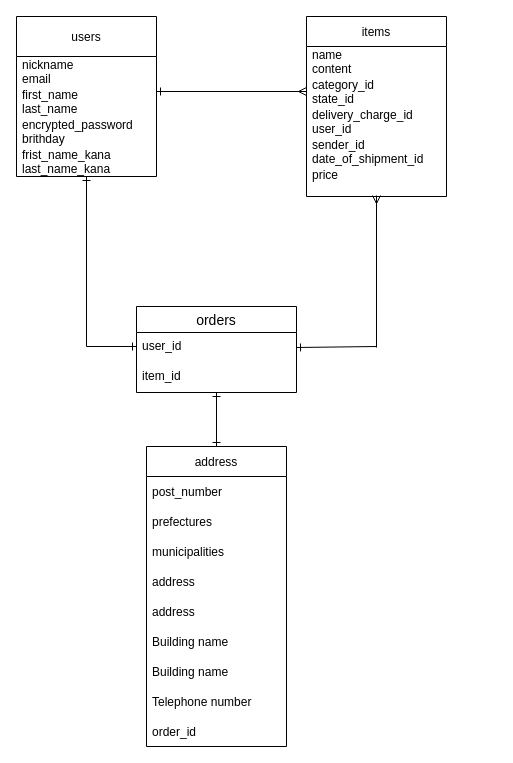
Earlier version of the draw.io diagram page "ページ1" (1 of 2) of furima.dio (daizdag/furima-38490). Source tidied: cells renumbered, new cells numbered last; positions are measured from the earlier drawing's top-left corner, leaving out a move shared by most shapes. Both pictures are drawn from the tidied source at 100%, with x=0, y=0 at pixel (16, 16).
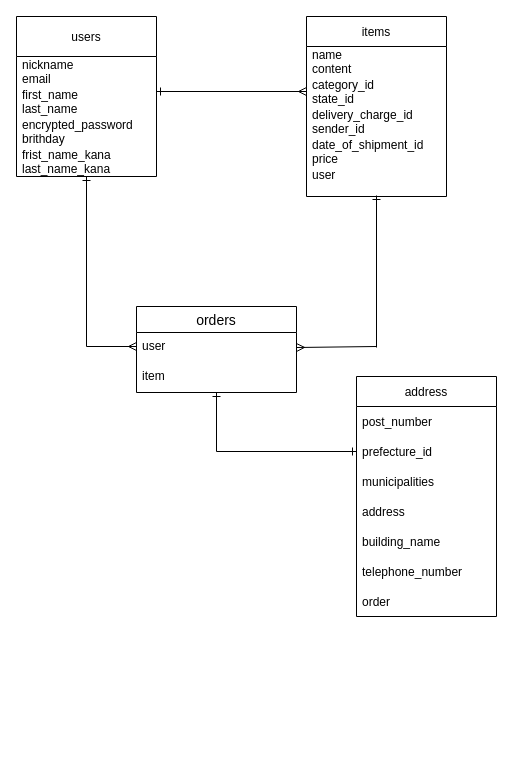
The same diagram, later.

Commit message (it also covers changes not shown here):
レビューの修正(2)

The change refers to these unchanged cells:
```xml
<mxCell id="9" value="items" style="swimlane;fontStyle=0;horizontal=1;startSize=30;" parent="1" vertex="1">
  <mxGeometry x="290" width="140" height="180" as="geometry" />
</mxCell>
<mxCell id="15" value="orders" style="swimlane;fontStyle=0;horizontal=1;startSize=26;align=center;fontSize=14;" parent="1" vertex="1">
  <mxGeometry x="120" y="290" width="160" height="86" as="geometry" />
</mxCell>
```

The edit, as a diff of the source:
```diff
@@
-    <mxCell id="12" value="delivery_charge_id&#10;user_id" style="text;strokeColor=none;fillColor=none;align=left;verticalAlign=middle;spacingLeft=4;spacingRight=4;overflow=hidden;" parent="9" vertex="1">
+    <mxCell id="12" value="delivery_charge_id&#10;sender_id" style="text;strokeColor=none;fillColor=none;align=left;verticalAlign=middle;spacingLeft=4;spacingRight=4;overflow=hidden;" parent="9" vertex="1">
       <mxGeometry y="90" width="140" height="30" as="geometry" />
     </mxCell>
-    <mxCell id="13" value="sender_id&#10;date_of_shipment_id" style="text;strokeColor=none;fillColor=none;align=left;verticalAlign=middle;spacingLeft=4;spacingRight=4;overflow=hidden;" parent="9" vertex="1">
+    <mxCell id="13" value="date_of_shipment_id&#10;price" style="text;strokeColor=none;fillColor=none;align=left;verticalAlign=middle;spacingLeft=4;spacingRight=4;overflow=hidden;" parent="9" vertex="1">
       <mxGeometry y="120" width="140" height="30" as="geometry" />
     </mxCell>
-    <mxCell id="14" value="price&#10;" style="text;strokeColor=none;fillColor=none;align=left;verticalAlign=middle;spacingLeft=4;spacingRight=4;overflow=hidden;points=[[0,0.5],[1,0.5]];portConstraint=eastwest;" parent="9" vertex="1">
+    <mxCell id="14" value="user&#10;" style="text;strokeColor=none;fillColor=none;align=left;verticalAlign=middle;spacingLeft=4;spacingRight=4;overflow=hidden;points=[[0,0.5],[1,0.5]];portConstraint=eastwest;" parent="9" vertex="1">
       <mxGeometry y="150" width="140" height="30" as="geometry" />
     </mxCell>
@@
-    <mxCell id="16" value="user_id" style="text;strokeColor=none;fillColor=none;spacingLeft=4;spacingRight=4;overflow=hidden;fontSize=12;" parent="15" vertex="1">
+    <mxCell id="16" value="user    " style="text;strokeColor=none;fillColor=none;spacingLeft=4;spacingRight=4;overflow=hidden;fontSize=12;" parent="15" vertex="1">
       <mxGeometry y="26" width="160" height="30" as="geometry" />
     </mxCell>
-    <mxCell id="17" value="item_id" style="text;strokeColor=none;fillColor=none;spacingLeft=4;spacingRight=4;overflow=hidden;points=[[0,0.5],[1,0.5]];portConstraint=eastwest;fontSize=12;" parent="15" vertex="1">
+    <mxCell id="17" value="item" style="text;strokeColor=none;fillColor=none;spacingLeft=4;spacingRight=4;overflow=hidden;points=[[0,0.5],[1,0.5]];portConstraint=eastwest;fontSize=12;" parent="15" vertex="1">
       <mxGeometry y="56" width="160" height="30" as="geometry" />
     </mxCell>
-    <mxCell id="18" style="edgeStyle=none;html=1;endArrow=ERmany;endFill=0;entryX=0.5;entryY=0.967;entryDx=0;entryDy=0;entryPerimeter=0;" parent="1" edge="1" target="14">
+    <mxCell id="18" style="edgeStyle=none;html=1;endArrow=ERone;endFill=0;entryX=0.5;entryY=0.967;entryDx=0;entryDy=0;entryPerimeter=0;" parent="1" edge="1" target="14">
       <mxGeometry relative="1" as="geometry">
         <mxPoint x="360" y="331" as="sourcePoint" />
       </mxGeometry>
     </mxCell>
-    <mxCell id="19" style="endArrow=none;html=1;exitX=1;exitY=0.5;exitDx=0;exitDy=0;startArrow=ERone;startFill=0;" parent="1" edge="1">
+    <mxCell id="19" style="endArrow=none;html=1;exitX=1;exitY=0.5;exitDx=0;exitDy=0;startArrow=ERmany;startFill=0;" parent="1" edge="1">
       <mxGeometry relative="1" as="geometry">
         <mxPoint x="280" y="331" as="sourcePoint" />
         <mxPoint x="360" y="330" as="targetPoint" />
       </mxGeometry>
     </mxCell>
@@
-    <mxCell id="21" style="endArrow=none;html=1;endFill=0;startArrow=ERone;startFill=0;" parent="1" edge="1">
+    <mxCell id="21" style="endArrow=none;html=1;endFill=0;startArrow=ERmany;startFill=0;" parent="1" edge="1">
       <mxGeometry relative="1" as="geometry">
         <mxPoint x="120" y="330" as="sourcePoint" />
         <mxPoint x="70" y="330" as="targetPoint" />
       </mxGeometry>
     </mxCell>
     <mxCell id="22" value="address" style="swimlane;fontStyle=0;horizontal=1;startSize=30;" parent="1" vertex="1">
-      <mxGeometry x="130" y="430" width="140" height="300" as="geometry" />
+      <mxGeometry x="340" y="360" width="140" height="240" as="geometry" />
     </mxCell>
@@
-    <mxCell id="24" value="prefectures" style="text;strokeColor=none;fillColor=none;align=left;verticalAlign=middle;spacingLeft=4;spacingRight=4;overflow=hidden;points=[[0,0.5],[1,0.5]];portConstraint=eastwest;" parent="22" vertex="1">
+    <mxCell id="24" value="prefecture_id" style="text;strokeColor=none;fillColor=none;align=left;verticalAlign=middle;spacingLeft=4;spacingRight=4;overflow=hidden;points=[[0,0.5],[1,0.5]];portConstraint=eastwest;" parent="22" vertex="1">
       <mxGeometry y="60" width="140" height="30" as="geometry" />
     </mxCell>
@@
-    <mxCell id="27" value="address" style="text;strokeColor=none;fillColor=none;align=left;verticalAlign=middle;spacingLeft=4;spacingRight=4;overflow=hidden;" parent="22" vertex="1">
-      <mxGeometry y="150" width="140" height="30" as="geometry" />
-    </mxCell>
-    <mxCell id="28" value="Building name" style="text;strokeColor=none;fillColor=none;align=left;verticalAlign=middle;spacingLeft=4;spacingRight=4;overflow=hidden;" parent="22" vertex="1">
-      <mxGeometry y="180" width="140" height="30" as="geometry" />
+    <mxCell id="28" value="building_name" style="text;strokeColor=none;fillColor=none;align=left;verticalAlign=middle;spacingLeft=4;spacingRight=4;overflow=hidden;" parent="22" vertex="1">
+      <mxGeometry y="150" width="140" height="30" as="geometry" />
     </mxCell>
-    <mxCell id="29" value="Building name" style="text;strokeColor=none;fillColor=none;align=left;verticalAlign=middle;spacingLeft=4;spacingRight=4;overflow=hidden;" parent="22" vertex="1">
-      <mxGeometry y="210" width="140" height="30" as="geometry" />
-    </mxCell>
-    <mxCell id="30" value="Telephone number" style="text;strokeColor=none;fillColor=none;align=left;verticalAlign=middle;spacingLeft=4;spacingRight=4;overflow=hidden;" parent="22" vertex="1">
-      <mxGeometry y="240" width="140" height="30" as="geometry" />
+    <mxCell id="30" value="telephone_number" style="text;strokeColor=none;fillColor=none;align=left;verticalAlign=middle;spacingLeft=4;spacingRight=4;overflow=hidden;" parent="22" vertex="1">
+      <mxGeometry y="180" width="140" height="30" as="geometry" />
     </mxCell>
-    <mxCell id="31" value="order_id" style="text;strokeColor=none;fillColor=none;align=left;verticalAlign=middle;spacingLeft=4;spacingRight=4;overflow=hidden;" parent="22" vertex="1">
-      <mxGeometry y="270" width="140" height="30" as="geometry" />
+    <mxCell id="31" value="order" style="text;strokeColor=none;fillColor=none;align=left;verticalAlign=middle;spacingLeft=4;spacingRight=4;overflow=hidden;" parent="22" vertex="1">
+      <mxGeometry y="210" width="140" height="30" as="geometry" />
     </mxCell>
-    <mxCell id="32" style="endArrow=ERone;html=1;entryX=0.5;entryY=0;entryDx=0;entryDy=0;endFill=0;startArrow=ERone;startFill=0;" parent="1" edge="1" source="17" target="22">
-      <mxGeometry relative="1" as="geometry" />
+    <mxCell id="32" style="endArrow=ERone;html=1;endFill=0;startArrow=ERone;startFill=0;rounded=0;" parent="1" edge="1" source="17" target="24">
+      <mxGeometry relative="1" as="geometry">
+        <Array as="points">
+          <mxPoint x="200" y="435" />
+        </Array>
+      </mxGeometry>
     </mxCell>
```
